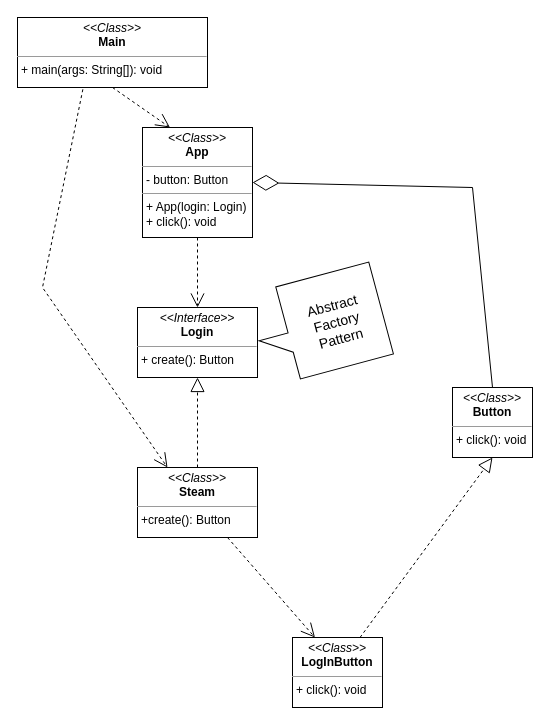
Earlier version of the draw.io diagram src/main/java/patterns/abstractFactory/abstrfct.drawio (ransuum/RepetitionMaterial). Source tidied: cells renumbered, new cells numbered last; positions are measured from the earlier drawing's top-left corner, leaving out a move shared by most shapes. Both pictures are drawn from the tidied source at 100%, with x=0, y=0 at pixel (17, 17).
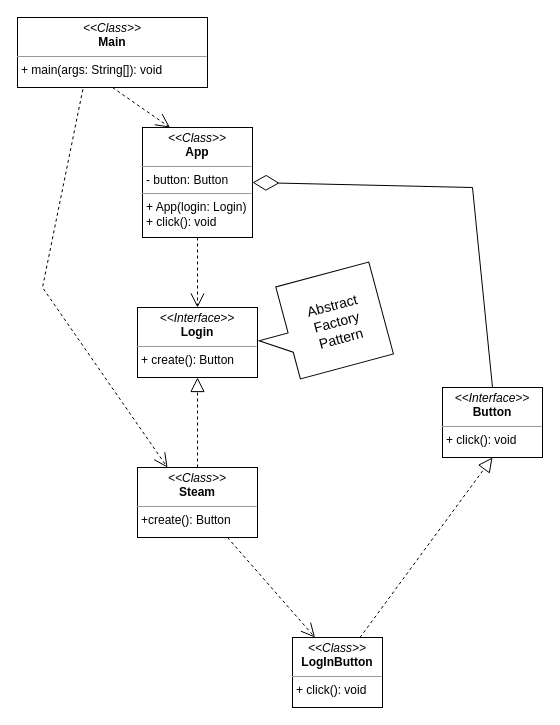
The same diagram, later.

The edit, as a diff of the source:
```diff
@@
 <mxGraphModel>
   <root>
     <mxCell id="0" />
     <mxCell id="1" parent="0" />
-    <mxCell id="2" value="&lt;p style=&quot;margin:0px;margin-top:4px;text-align:center;&quot;&gt;&lt;i&gt;&amp;lt;&amp;lt;Class&amp;gt;&amp;gt;&lt;/i&gt;&lt;br&gt;&lt;b&gt;Button&lt;/b&gt;&lt;/p&gt;&lt;hr size=&quot;1&quot;&gt;&lt;p style=&quot;margin:0px;margin-left:4px;&quot;&gt;+ click(): void&lt;br&gt;&lt;/p&gt;" style="verticalAlign=top;align=left;overflow=fill;fontSize=12;fontFamily=Helvetica;html=1;rounded=0;shadow=0;comic=0;labelBackgroundColor=none;strokeWidth=1;" parent="1" vertex="1">
-      <mxGeometry x="435" y="370" width="80" height="70" as="geometry" />
+    <mxCell id="2" value="&lt;p style=&quot;margin:0px;margin-top:4px;text-align:center;&quot;&gt;&lt;i&gt;&amp;lt;&amp;lt;Interface&amp;gt;&amp;gt;&lt;/i&gt;&lt;br&gt;&lt;b&gt;Button&lt;/b&gt;&lt;/p&gt;&lt;hr size=&quot;1&quot;&gt;&lt;p style=&quot;margin:0px;margin-left:4px;&quot;&gt;+ click(): void&lt;br&gt;&lt;/p&gt;" style="verticalAlign=top;align=left;overflow=fill;fontSize=12;fontFamily=Helvetica;html=1;rounded=0;shadow=0;comic=0;labelBackgroundColor=none;strokeWidth=1;" parent="1" vertex="1">
+      <mxGeometry x="425" y="370" width="100" height="70" as="geometry" />
     </mxCell>
     <mxCell id="3" value="&lt;p style=&quot;margin:0px;margin-top:4px;text-align:center;&quot;&gt;&lt;i&gt;&amp;lt;&amp;lt;Class&amp;gt;&amp;gt;&lt;/i&gt;&lt;br&gt;&lt;b&gt;Main&lt;/b&gt;&lt;/p&gt;&lt;hr size=&quot;1&quot;&gt;&lt;p style=&quot;margin:0px;margin-left:4px;&quot;&gt;+ main(args: String[]): void&lt;/p&gt;" style="verticalAlign=top;align=left;overflow=fill;fontSize=12;fontFamily=Helvetica;html=1;rounded=0;shadow=0;comic=0;labelBackgroundColor=none;strokeWidth=1;" parent="1" vertex="1">
       <mxGeometry width="190" height="70" as="geometry" />
     </mxCell>
     <mxCell id="4" value="&lt;p style=&quot;margin:0px;margin-top:4px;text-align:center;&quot;&gt;&lt;i&gt;&amp;lt;&amp;lt;Interface&amp;gt;&amp;gt;&lt;/i&gt;&lt;br&gt;&lt;b&gt;Login&lt;/b&gt;&lt;/p&gt;&lt;hr size=&quot;1&quot;&gt;&lt;p style=&quot;margin:0px;margin-left:4px;&quot;&gt;+ create(): Button&lt;br&gt;&lt;/p&gt;" style="verticalAlign=top;align=left;overflow=fill;fontSize=12;fontFamily=Helvetica;html=1;rounded=0;shadow=0;comic=0;labelBackgroundColor=none;strokeWidth=1;" parent="1" vertex="1">
       <mxGeometry x="120" y="290" width="120" height="70" as="geometry" />
     </mxCell>
     <mxCell id="5" style="shape=callout;whiteSpace=wrap;html=1;perimeter=calloutPerimeter;rotation=75;" parent="1" vertex="1">
       <mxGeometry x="255" y="243.7" width="95.2" height="126.3" as="geometry" />
     </mxCell>
     <mxCell id="6" value="&lt;font style=&quot;font-size: 14px;&quot;&gt;Abstract Factory Pattern&lt;/font&gt;" style="text;html=1;align=center;verticalAlign=middle;whiteSpace=wrap;rounded=0;rotation=-15;" parent="1" vertex="1">
       <mxGeometry x="286.5" y="284.9" width="65" height="40" as="geometry" />
     </mxCell>
     <mxCell id="7" value="&lt;p style=&quot;margin:0px;margin-top:4px;text-align:center;&quot;&gt;&lt;i&gt;&amp;lt;&amp;lt;Class&amp;gt;&amp;gt;&lt;/i&gt;&lt;br&gt;&lt;b&gt;Steam&lt;/b&gt;&lt;/p&gt;&lt;hr size=&quot;1&quot;&gt;&lt;p style=&quot;margin:0px;margin-left:4px;&quot;&gt;+create(): Button&lt;br&gt;&lt;/p&gt;" style="verticalAlign=top;align=left;overflow=fill;fontSize=12;fontFamily=Helvetica;html=1;rounded=0;shadow=0;comic=0;labelBackgroundColor=none;strokeWidth=1;" parent="1" vertex="1">
       <mxGeometry x="120" y="450" width="120" height="70" as="geometry" />
     </mxCell>
     <mxCell id="8" value="&lt;p style=&quot;margin:0px;margin-top:4px;text-align:center;&quot;&gt;&lt;i&gt;&amp;lt;&amp;lt;Class&amp;gt;&amp;gt;&lt;/i&gt;&lt;br&gt;&lt;b&gt;App&lt;/b&gt;&lt;br&gt;&lt;/p&gt;&lt;hr size=&quot;1&quot;&gt;&lt;p style=&quot;margin:0px;margin-left:4px;&quot;&gt;-&amp;nbsp;&lt;span style=&quot;background-color: initial;&quot;&gt;button: Button&lt;/span&gt;&lt;br&gt;&lt;/p&gt;&lt;hr size=&quot;1&quot;&gt;&lt;p style=&quot;margin:0px;margin-left:4px;&quot;&gt;+ App(login: Login)&lt;/p&gt;&lt;p style=&quot;margin:0px;margin-left:4px;&quot;&gt;+ click(): void&lt;/p&gt;" style="verticalAlign=top;align=left;overflow=fill;fontSize=12;fontFamily=Helvetica;html=1;rounded=0;shadow=0;comic=0;labelBackgroundColor=none;strokeWidth=1;" parent="1" vertex="1">
       <mxGeometry x="125" y="110" width="110" height="110" as="geometry" />
     </mxCell>
     <mxCell id="9" value="&lt;p style=&quot;margin:0px;margin-top:4px;text-align:center;&quot;&gt;&lt;i&gt;&amp;lt;&amp;lt;Class&amp;gt;&amp;gt;&lt;/i&gt;&lt;br&gt;&lt;b&gt;LogInButton&lt;/b&gt;&lt;/p&gt;&lt;hr size=&quot;1&quot;&gt;&lt;p style=&quot;margin:0px;margin-left:4px;&quot;&gt;+ click(): void&lt;br&gt;&lt;/p&gt;" style="verticalAlign=top;align=left;overflow=fill;fontSize=12;fontFamily=Helvetica;html=1;rounded=0;shadow=0;comic=0;labelBackgroundColor=none;strokeWidth=1;" parent="1" vertex="1">
       <mxGeometry x="275" y="620" width="90" height="70" as="geometry" />
     </mxCell>
     <mxCell id="10" style="endArrow=diamondThin;endFill=0;endSize=24;html=1;rounded=0;entryX=1;entryY=0.5;entryDx=0;entryDy=0;exitX=0.5;exitY=0;exitDx=0;exitDy=0;" parent="1" edge="1" source="2" target="8">
       <mxGeometry relative="1" as="geometry">
         <Array as="points">
           <mxPoint x="455" y="170" />
         </Array>
       </mxGeometry>
     </mxCell>
     <mxCell id="11" style="endArrow=open;endSize=12;dashed=1;html=1;rounded=0;exitX=0.344;exitY=1.026;exitDx=0;exitDy=0;exitPerimeter=0;entryX=0.25;entryY=0;entryDx=0;entryDy=0;" parent="1" edge="1" source="3" target="7">
       <mxGeometry x="0.05" y="-87" relative="1" as="geometry">
         <Array as="points">
           <mxPoint x="25" y="270" />
         </Array>
       </mxGeometry>
     </mxCell>
     <mxCell id="12" style="endArrow=open;endSize=12;dashed=1;html=1;rounded=0;exitX=0.5;exitY=1;exitDx=0;exitDy=0;entryX=0.25;entryY=0;entryDx=0;entryDy=0;" parent="1" edge="1" source="3" target="8">
       <mxGeometry relative="1" as="geometry" />
     </mxCell>
     <mxCell id="13" style="endArrow=open;endSize=12;dashed=1;html=1;rounded=0;exitX=0.5;exitY=1;exitDx=0;exitDy=0;entryX=0.5;entryY=0;entryDx=0;entryDy=0;" parent="1" edge="1" source="8" target="4">
       <mxGeometry x="0.43" y="75" relative="1" as="geometry" />
     </mxCell>
     <mxCell id="14" style="endArrow=block;dashed=1;endFill=0;endSize=12;html=1;rounded=0;entryX=0.5;entryY=1;entryDx=0;entryDy=0;exitX=0.5;exitY=0;exitDx=0;exitDy=0;" parent="1" edge="1" source="7" target="4">
       <mxGeometry relative="1" as="geometry" />
     </mxCell>
     <mxCell id="15" style="endArrow=block;dashed=1;endFill=0;endSize=12;html=1;rounded=0;entryX=0.5;entryY=1;entryDx=0;entryDy=0;exitX=0.75;exitY=0;exitDx=0;exitDy=0;" parent="1" edge="1" source="9" target="2">
       <mxGeometry relative="1" as="geometry" />
     </mxCell>
     <mxCell id="16" style="endArrow=open;endSize=12;dashed=1;html=1;rounded=0;exitX=0.75;exitY=1;exitDx=0;exitDy=0;entryX=0.25;entryY=0;entryDx=0;entryDy=0;" parent="1" edge="1" source="7" target="9">
       <mxGeometry x="0.43" y="75" relative="1" as="geometry" />
     </mxCell>
   </root>
 </mxGraphModel>
```
